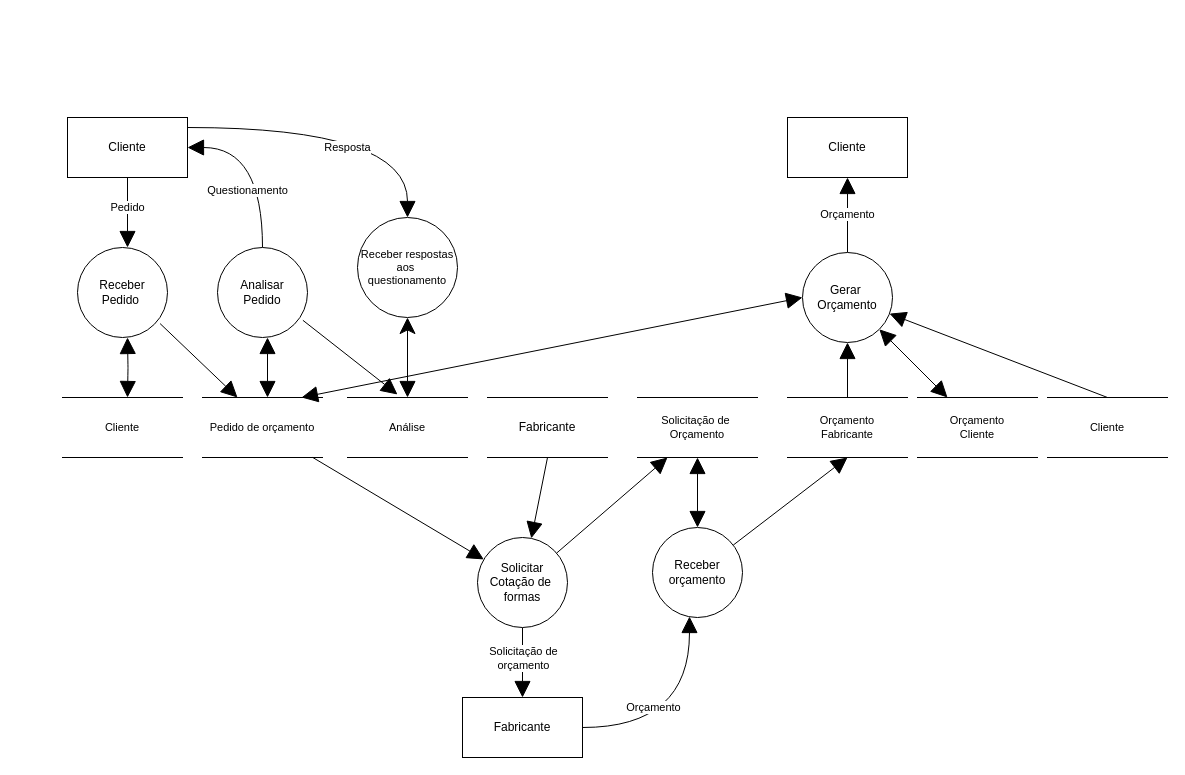
Earlier version of the draw.io diagram Documentation/DFD Essencial para cada Capacidade/DFD Tratar Orçamento_sob_medida.drawio (Systematicos/FindingApp). Source tidied: cells renumbered, new cells numbered last; positions are measured from the earlier drawing's top-left corner, leaving out a move shared by most shapes. Both pictures are drawn from the tidied source at 100%, with x=0, y=0 at pixel (62, 117).
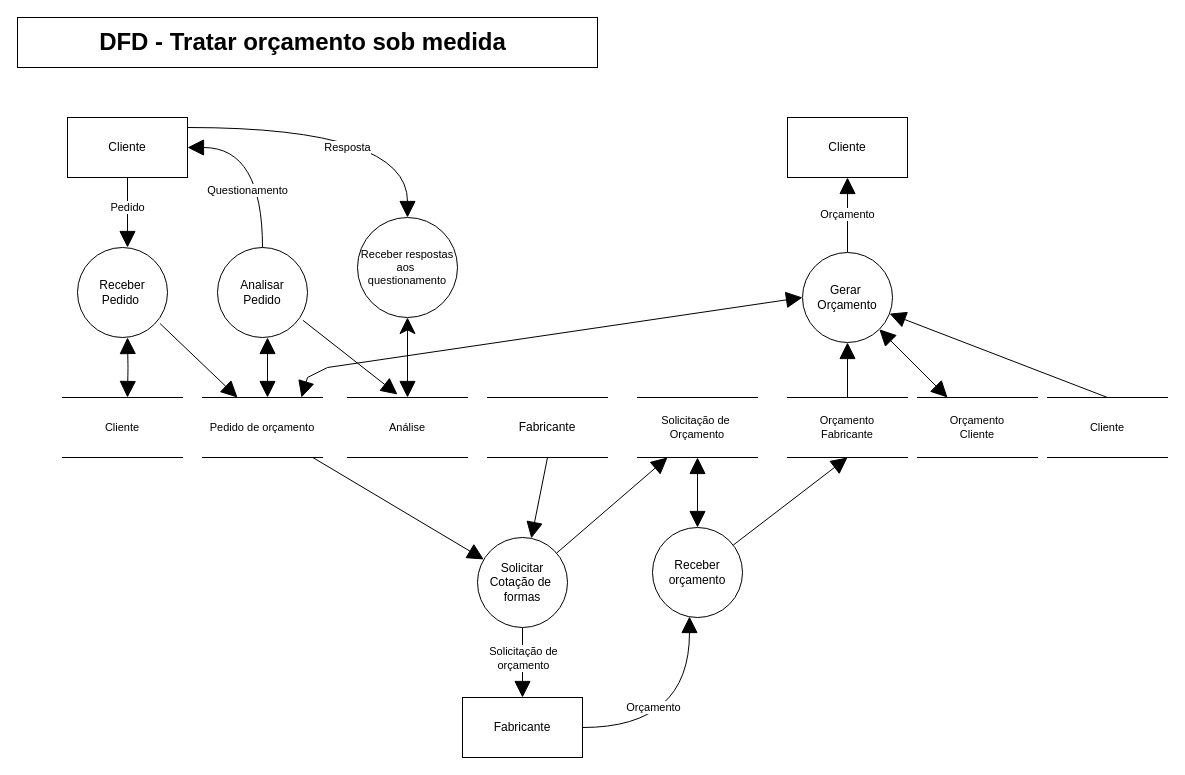
The same page after the edit.

Unchanged cells that the change refers to:
```xml
<mxCell id="13" value="Pedido de orçamento" style="shape=partialRectangle;whiteSpace=wrap;html=1;left=0;right=0;fillColor=none;fontSize=11;" parent="1" vertex="1">
  <mxGeometry x="140" y="280" width="120" height="60" as="geometry" />
</mxCell>
<mxCell id="18" value="Gerar&amp;nbsp;&lt;br&gt;Orçamento" style="ellipse;whiteSpace=wrap;html=1;" parent="1" vertex="1">
  <mxGeometry x="740" y="135" width="90" height="90" as="geometry" />
</mxCell>
```

The edit, as a diff of the source:
```diff
@@
     <mxCell id="12" style="rounded=0;jettySize=auto;html=1;entryX=0;entryY=0.5;entryDx=0;entryDy=0;startArrow=block;startFill=1;endArrow=block;endFill=1;fontSize=11;exitX=0.825;exitY=0;exitDx=0;exitDy=0;exitPerimeter=0;strokeWidth=1;endSize=14;startSize=14;" parent="1" edge="1" source="13" target="18">
-      <mxGeometry relative="1" as="geometry" />
+      <mxGeometry relative="1" as="geometry">
+        <Array as="points">
+          <mxPoint x="245" y="260" />
+          <mxPoint x="265" y="250" />
+        </Array>
+      </mxGeometry>
     </mxCell>
@@
+    <mxCell id="41" style="rounded=0;whiteSpace=wrap;html=1;" parent="1" vertex="1">
+      <mxGeometry x="-45" y="-100" width="580" height="50" as="geometry" />
+    </mxCell>
+    <mxCell id="42" value="DFD - Tratar orçamento sob medida" style="text;strokeColor=none;fillColor=none;html=1;fontSize=24;fontStyle=1;verticalAlign=middle;align=center;" parent="1" vertex="1">
+      <mxGeometry x="-45" y="-95" width="570" height="40" as="geometry" />
+    </mxCell>
```
